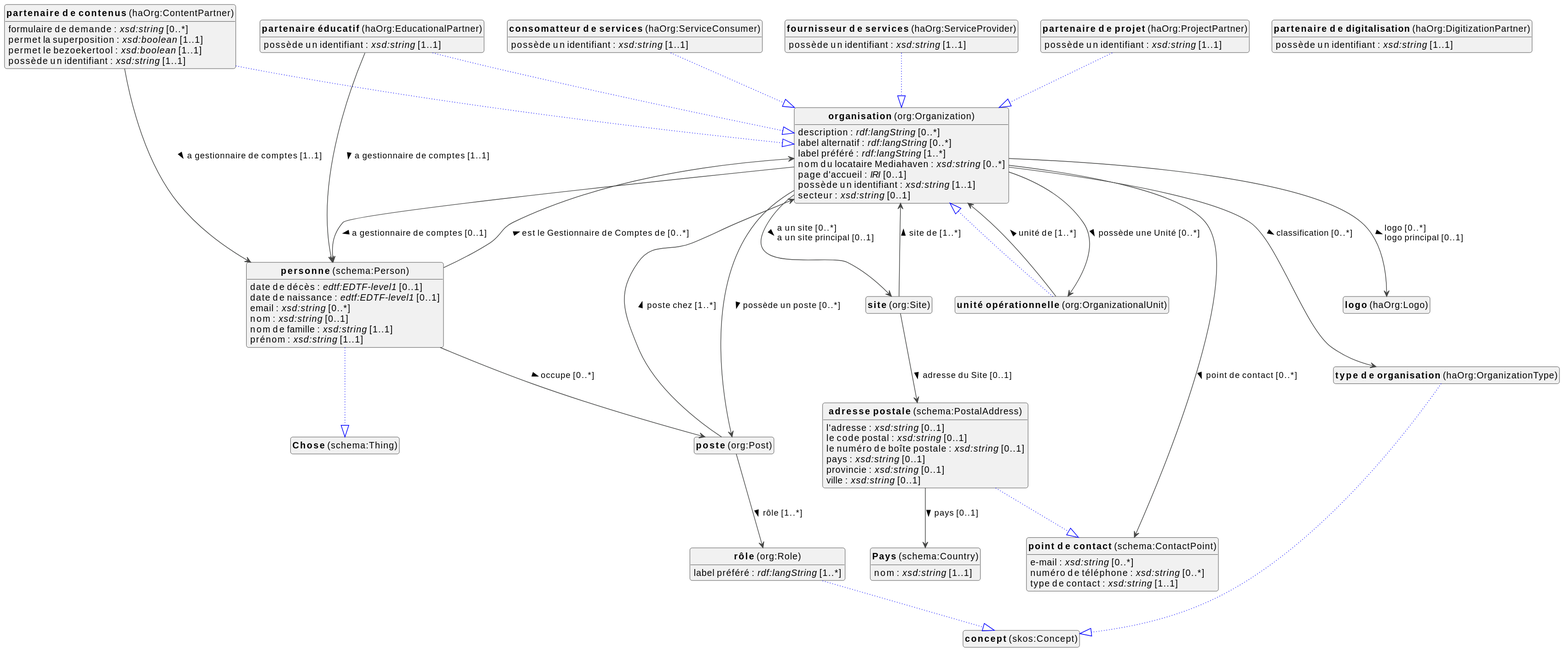
Earlier version of the PlantUML export docs/metadata/knowledge-graph/0.0.1/organizations/fr/organizations-diagram.svg (viaacode/documentation-jekyll).
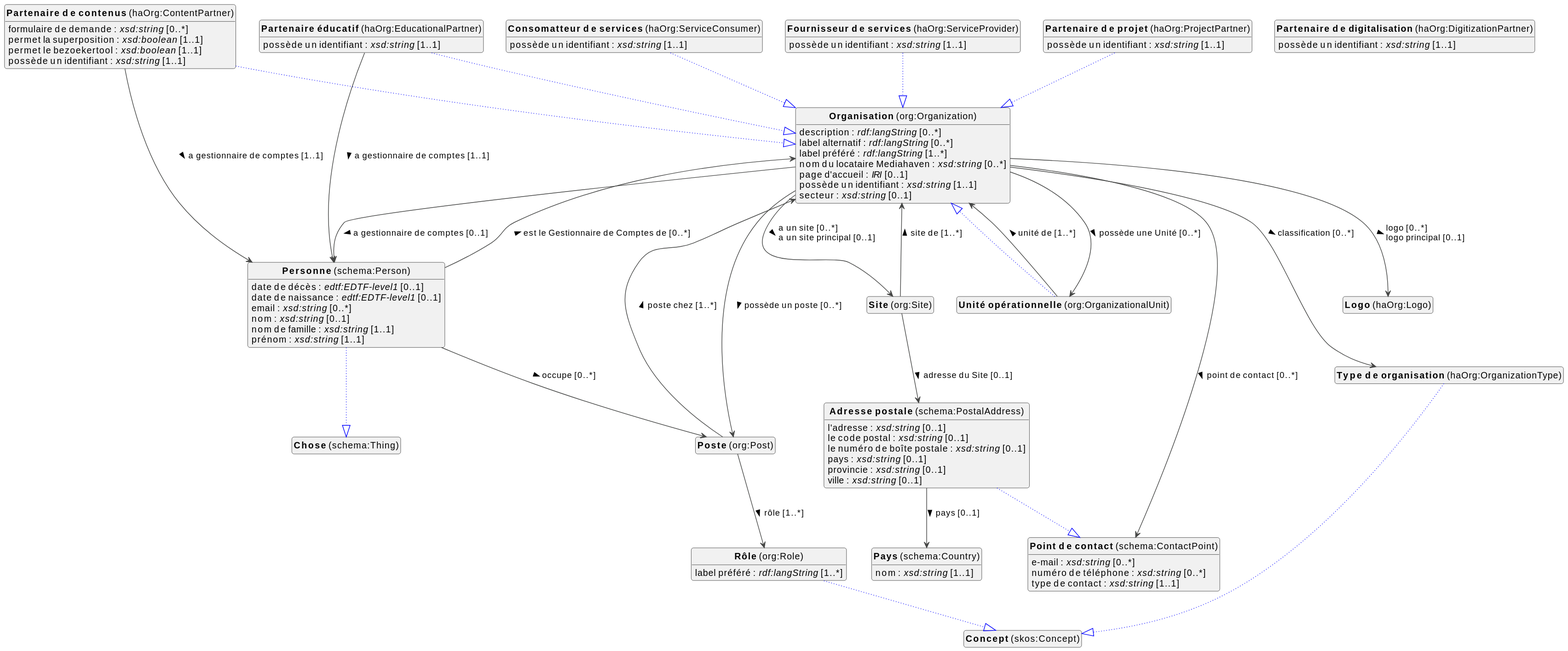
The same diagram one commit later.

Diff of the diagram source:
```diff
@@ -10,37 +10,33 @@
 top to bottom direction
 
 
+class "<b>Adresse postale</b> (schema:PostalAddress)" as schema_PostalAddress [[#schema%3APostalAddress]]
+class "<b>Point de contact</b> (schema:ContactPoint)" as schema_ContactPoint [[#schema%3AContactPoint]]
+class "<b>Consomatteur de services</b> (haOrg:ServiceConsumer)" as haOrg_ServiceConsumer [[#haOrg%3AServiceConsumer]]
+class "<b>Organisation</b> (org:Organization)" as org_Organization [[#org%3AOrganization]]
+class "<b>Fournisseur de services</b> (haOrg:ServiceProvider)" as haOrg_ServiceProvider [[#haOrg%3AServiceProvider]]
+class "<b>Organisation</b> (org:Organization)" as org_Organization [[#org%3AOrganization]]
+class "<b>Logo</b> (haOrg:Logo)" as haOrg_Logo [[#haOrg%3ALogo]]
+class "<b>Organisation</b> (org:Organization)" as org_Organization [[#org%3AOrganization]]
+class "<b>Partenaire de contenus</b> (haOrg:ContentPartner)" as haOrg_ContentPartner [[#haOrg%3AContentPartner]]
+class "<b>Organisation</b> (org:Organization)" as org_Organization [[#org%3AOrganization]]
+class "<b>Partenaire de digitalisation</b> (haOrg:DigitizationPartner)" as haOrg_DigitizationPartner [[#haOrg%3ADigitizationPartner]]
+class "<b>Partenaire de projet</b> (haOrg:ProjectPartner)" as haOrg_ProjectPartner [[#haOrg%3AProjectPartner]]
+class "<b>Organisation</b> (org:Organization)" as org_Organization [[#org%3AOrganization]]
+class "<b>Partenaire éducatif</b> (haOrg:EducationalPartner)" as haOrg_EducationalPartner [[#haOrg%3AEducationalPartner]]
+class "<b>Organisation</b> (org:Organization)" as org_Organization [[#org%3AOrganization]]
 class "<b>Pays</b> (schema:Country)" as schema_Country [[#schema%3ACountry]]
-class "<b>adresse postale</b> (schema:PostalAddress)" as schema_PostalAddress [[#schema%3APostalAddress]]
-class "<b>point de contact</b> (schema:ContactPoint)" as schema_ContactPoint [[#schema%3AContactPoint]]
-class "<b>consomatteur de services</b> (haOrg:ServiceConsumer)" as haOrg_ServiceConsumer [[#haOrg%3AServiceConsumer]]
-class "<b>organisation</b> (org:Organization)" as org_Organization [[#org%3AOrganization]]
-class "<b>fournisseur de services</b> (haOrg:ServiceProvider)" as haOrg_ServiceProvider [[#haOrg%3AServiceProvider]]
-class "<b>organisation</b> (org:Organization)" as org_Organization [[#org%3AOrganization]]
-class "<b>logo</b> (haOrg:Logo)" as haOrg_Logo [[#haOrg%3ALogo]]
-class "<b>organisation</b> (org:Organization)" as org_Organization [[#org%3AOrganization]]
-class "<b>partenaire de contenus</b> (haOrg:ContentPartner)" as haOrg_ContentPartner [[#haOrg%3AContentPartner]]
-class "<b>organisation</b> (org:Organization)" as org_Organization [[#org%3AOrganization]]
-class "<b>partenaire de digitalisation</b> (haOrg:DigitizationPartner)" as haOrg_DigitizationPartner [[#haOrg%3ADigitizationPartner]]
-class "<b>partenaire de projet</b> (haOrg:ProjectPartner)" as haOrg_ProjectPartner [[#haOrg%3AProjectPartner]]
-class "<b>organisation</b> (org:Organization)" as org_Organization [[#org%3AOrganization]]
-class "<b>partenaire éducatif</b> (haOrg:EducationalPartner)" as haOrg_EducationalPartner [[#haOrg%3AEducationalPartner]]
-class "<b>organisation</b> (org:Organization)" as org_Organization [[#org%3AOrganization]]
-class "<b>personne</b> (schema:Person)" as schema_Person [[#schema%3APerson]]
+class "<b>Personne</b> (schema:Person)" as schema_Person [[#schema%3APerson]]
 class "<b>Chose</b> (schema:Thing)" as schema_Thing [[#schema%3AThing]]
-class "<b>point de contact</b> (schema:ContactPoint)" as schema_ContactPoint [[#schema%3AContactPoint]]
-class "<b>poste</b> (org:Post)" as org_Post [[#org%3APost]]
-class "<b>rôle</b> (org:Role)" as org_Role [[#org%3ARole]]
-class "<b>concept</b> (skos:Concept)" as skos_Concept [[#skos%3AConcept]]
-class "<b>site</b> (org:Site)" as org_Site [[#org%3ASite]]
-class "<b>type de organisation</b> (haOrg:OrganizationType)" as haOrg_OrganizationType [[#haOrg%3AOrganizationType]]
-class "<b>concept</b> (skos:Concept)" as skos_Concept [[#skos%3AConcept]]
-class "<b>unité opérationnelle</b> (org:OrganizationalUnit)" as org_OrganizationalUnit [[#org%3AOrganizationalUnit]]
-class "<b>organisation</b> (org:Organization)" as org_Organization [[#org%3AOrganization]]
-
-
-schema_Country : nom : <i>xsd:string</i> [1..1]
-
+class "<b>Point de contact</b> (schema:ContactPoint)" as schema_ContactPoint [[#schema%3AContactPoint]]
+class "<b>Poste</b> (org:Post)" as org_Post [[#org%3APost]]
+class "<b>Rôle</b> (org:Role)" as org_Role [[#org%3ARole]]
+class "<b>Concept</b> (skos:Concept)" as skos_Concept [[#skos%3AConcept]]
+class "<b>Site</b> (org:Site)" as org_Site [[#org%3ASite]]
+class "<b>Type de organisation</b> (haOrg:OrganizationType)" as haOrg_OrganizationType [[#haOrg%3AOrganizationType]]
+class "<b>Concept</b> (skos:Concept)" as skos_Concept [[#skos%3AConcept]]
+class "<b>Unité opérationnelle</b> (org:OrganizationalUnit)" as org_OrganizationalUnit [[#org%3AOrganizationalUnit]]
+class "<b>Organisation</b> (org:Organization)" as org_Organization [[#org%3AOrganization]]
 
 schema_PostalAddress --|> schema_ContactPoint #blue;line.dotted;text:blue
 
@@ -109,6 +105,10 @@
 haOrg_EducationalPartner --> schema_Person :a gestionnaire de comptes [1..1]  >
 
 
+
+schema_Country : nom : <i>xsd:string</i> [1..1]
+
+
 schema_Person --|> schema_Thing #blue;line.dotted;text:blue
 
 schema_Person : date de décès : <i>edtf:EDTF-level1</i> [0..1]
```
